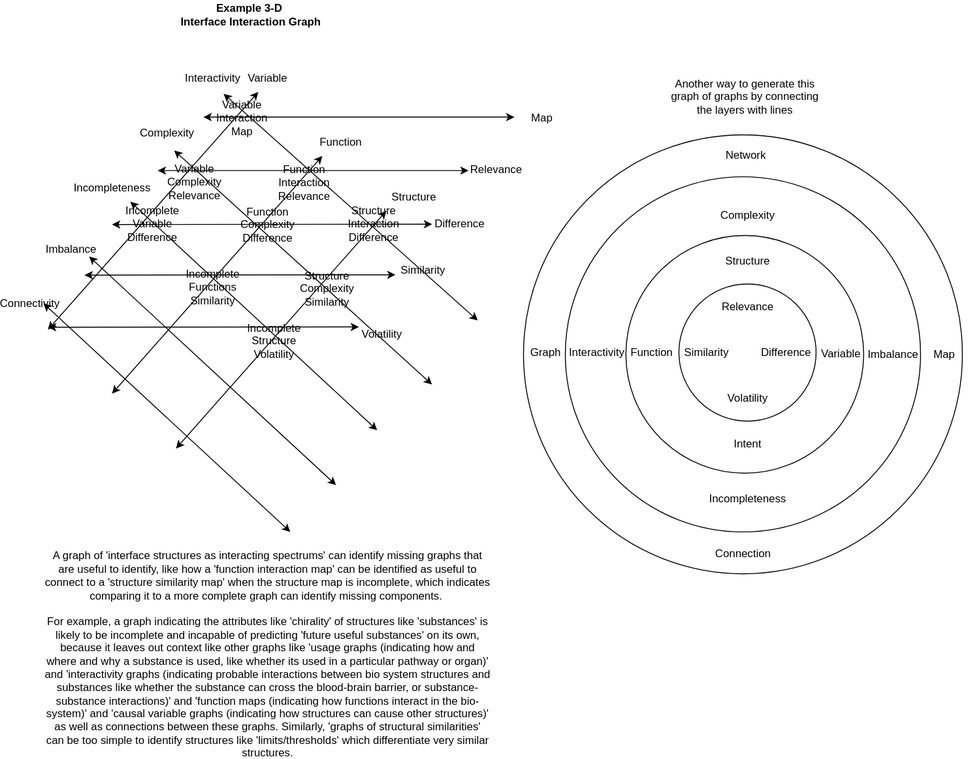
The draw.io diagram docs/objects/graph_generation.drawio.svg in outdreamer/build-a-cure, before a commit. Source tidied: cells renumbered, new cells last; positions are measured from the earlier drawing's top-left corner, leaving out a move shared by most shapes.
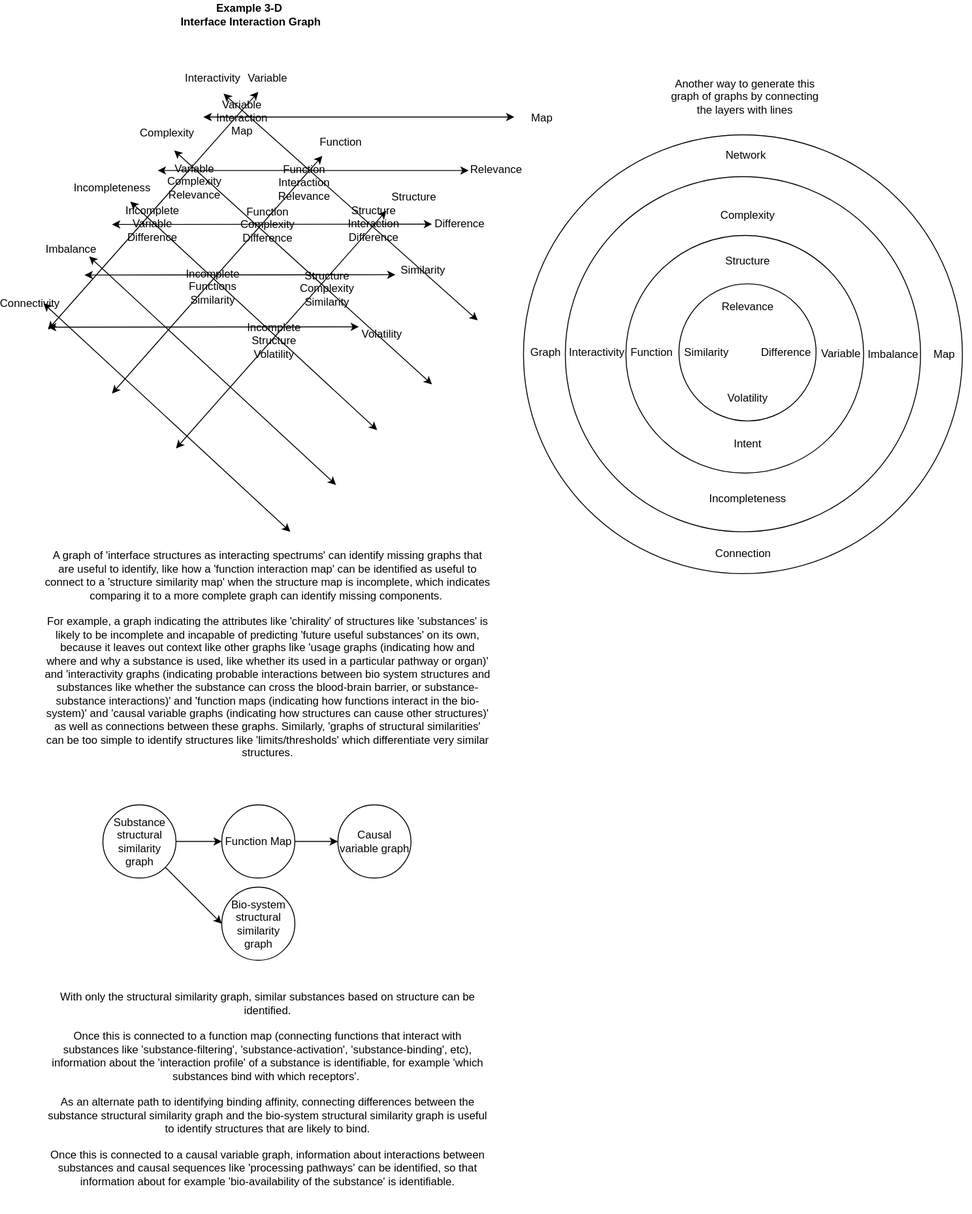
The same file after the commit.

Diff of the diagram source:
```diff
@@ -214,5 +214,33 @@
     <mxCell id="59" value="Connection" style="text;html=1;align=center;verticalAlign=middle;whiteSpace=wrap;rounded=0;" parent="1" vertex="1">
       <mxGeometry x="780" y="590" width="60" height="30" as="geometry" />
     </mxCell>
+    <mxCell id="60" value="Substance&lt;div&gt;structural similarity&lt;div&gt;graph&lt;/div&gt;&lt;/div&gt;" style="ellipse;whiteSpace=wrap;html=1;" parent="1" vertex="1">
+      <mxGeometry x="110" y="880" width="80" height="80" as="geometry" />
+    </mxCell>
+    <mxCell id="61" value="Function Map" style="ellipse;whiteSpace=wrap;html=1;" parent="1" vertex="1">
+      <mxGeometry x="240" y="880" width="80" height="80" as="geometry" />
+    </mxCell>
+    <mxCell id="62" value="Causal variable graph" style="ellipse;whiteSpace=wrap;html=1;" parent="1" vertex="1">
+      <mxGeometry x="367" y="880" width="80" height="80" as="geometry" />
+    </mxCell>
+    <mxCell id="63" style="endArrow=classic;html=1;rounded=0;" parent="1" edge="1" source="60">
+      <mxGeometry relative="1" as="geometry">
+        <mxPoint x="240" y="920" as="targetPoint" />
+      </mxGeometry>
+    </mxCell>
+    <mxCell id="64" style="endArrow=classic;html=1;rounded=0;entryX=0;entryY=0.5;entryDx=0;entryDy=0;" parent="1" edge="1" target="62">
+      <mxGeometry relative="1" as="geometry">
+        <mxPoint x="320" y="920" as="sourcePoint" />
+      </mxGeometry>
+    </mxCell>
+    <mxCell id="65" value="With only the structural similarity graph, similar substances based on structure can be identified.&lt;div&gt;&lt;br&gt;&lt;/div&gt;&lt;div&gt;Once this is connected to a function map (connecting functions that interact with substances like 'substance-filtering', 'substance-activation', 'substance-binding', etc), information about the 'interaction profile' of a substance is identifiable, for example 'which substances bind with which receptors'.&amp;nbsp;&lt;/div&gt;&lt;div&gt;&lt;br&gt;&lt;/div&gt;&lt;div&gt;As an alternate path to identifying binding affinity, connecting differences between the substance structural similarity graph and the bio-system structural similarity graph is useful to identify structures that are likely to bind.&lt;/div&gt;&lt;div&gt;&lt;br&gt;&lt;/div&gt;&lt;div&gt;Once this is connected to a causal variable graph, information about interactions between substances and causal sequences like 'processing pathways' can be identified, so that information about for example 'bio-availability of the substance' is identifiable.&lt;/div&gt;&lt;div&gt;&lt;br&gt;&lt;/div&gt;&lt;div&gt;&lt;br&gt;&lt;/div&gt;" style="text;html=1;align=center;verticalAlign=middle;whiteSpace=wrap;rounded=0;" parent="1" vertex="1">
+      <mxGeometry x="45" y="1190" width="490" height="30" as="geometry" />
+    </mxCell>
+    <mxCell id="66" value="Bio-system structural similarity graph" style="ellipse;whiteSpace=wrap;html=1;" parent="1" vertex="1">
+      <mxGeometry x="240" y="970" width="80" height="80" as="geometry" />
+    </mxCell>
+    <mxCell id="67" style="endArrow=classic;html=1;rounded=0;exitX=1;exitY=1;exitDx=0;exitDy=0;entryX=0;entryY=0.5;entryDx=0;entryDy=0;" parent="1" edge="1" source="60" target="66">
+      <mxGeometry relative="1" as="geometry" />
+    </mxCell>
   </root>
 </mxGraphModel>
```
